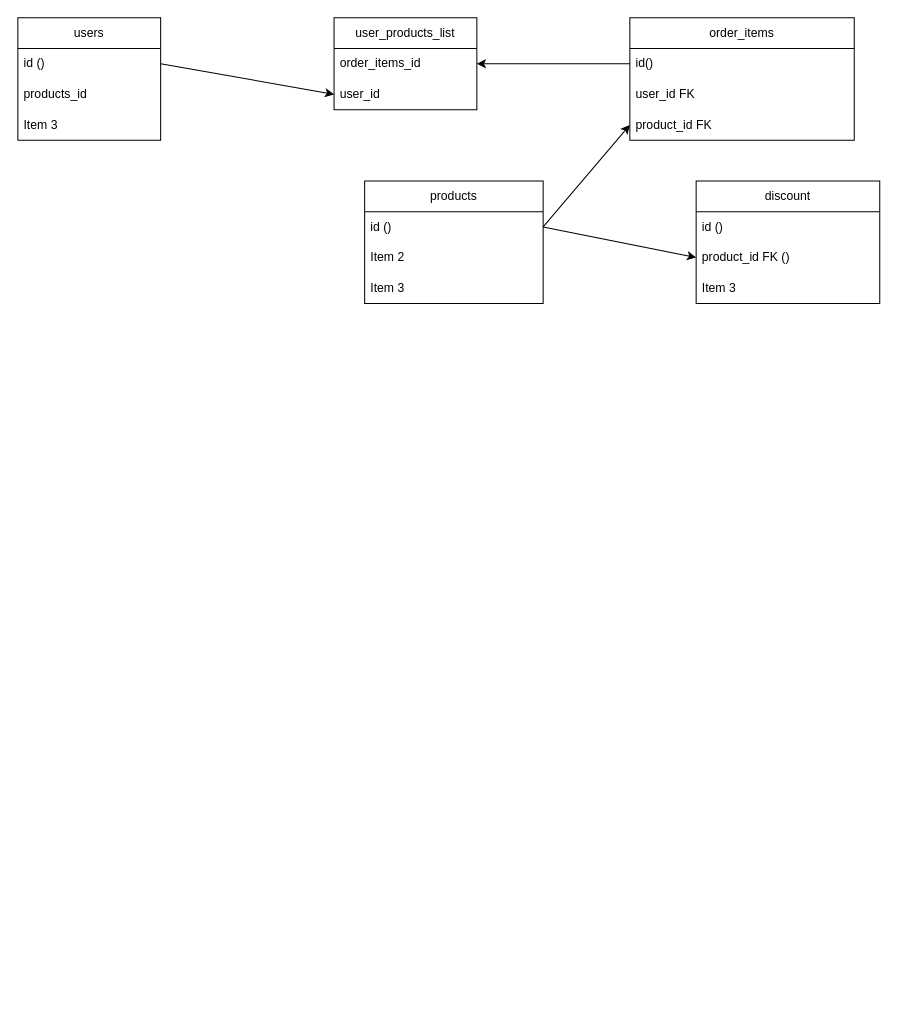
Above: DB_GRAPH.drawio in DamianoMura/backend (draw.io), before the change. Source tidied: cells renumbered, new cells numbered last; positions are measured from the earlier drawing's top-left corner, leaving out a move shared by most shapes. Both pictures are drawn from the tidied source at 102%, with x=0, y=0 at pixel (17, 17).
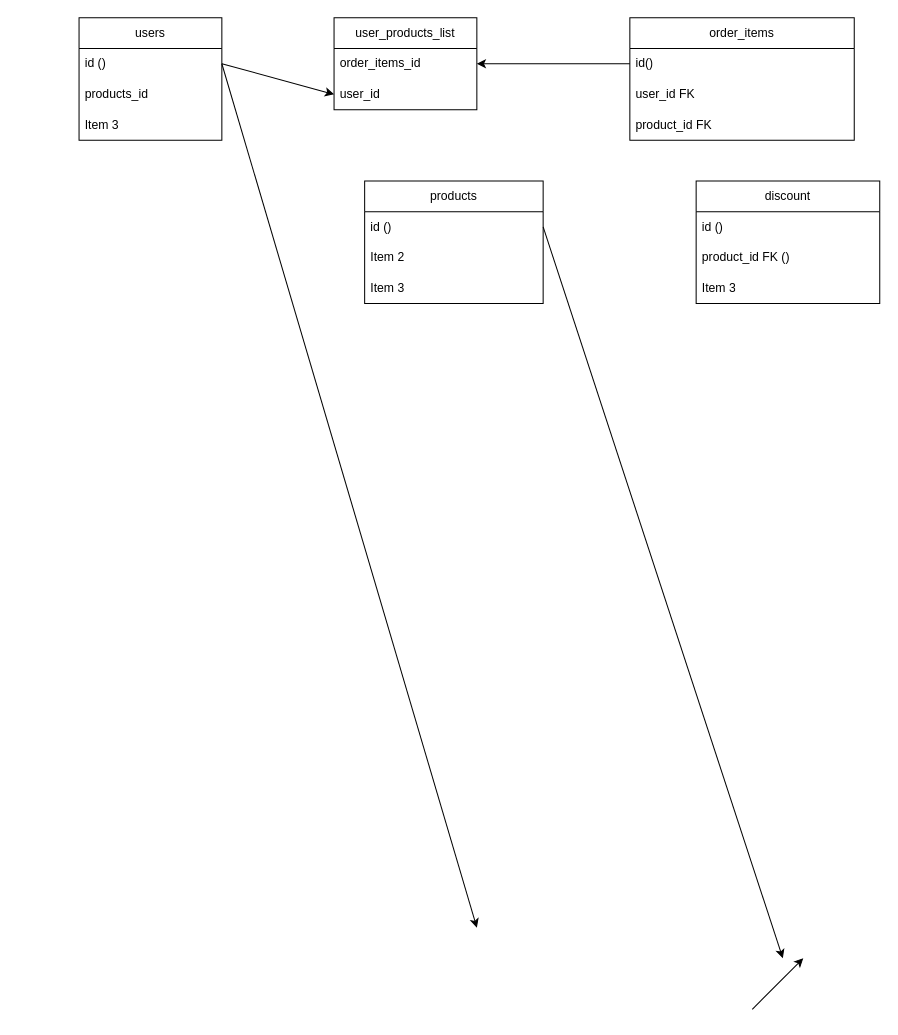
After the change.

Commit message:
[feat-upd] DB_GRAPH

Unchanged cells that the change refers to:
```xml
<mxCell id="3" value="id ()" style="text;strokeColor=none;fillColor=none;align=left;verticalAlign=middle;spacingLeft=4;spacingRight=4;overflow=hidden;points=[[0,0.5],[1,0.5]];portConstraint=eastwest;whiteSpace=wrap;html=1;" parent="2" vertex="1">
  <mxGeometry y="30" width="140" height="30" as="geometry" />
</mxCell>
<mxCell id="7" value="&lt;span style=&quot;color: rgb(0, 0, 0);&quot;&gt;id ()&lt;/span&gt;" style="text;strokeColor=none;fillColor=none;align=left;verticalAlign=middle;spacingLeft=4;spacingRight=4;overflow=hidden;points=[[0,0.5],[1,0.5]];portConstraint=eastwest;whiteSpace=wrap;html=1;" parent="6" vertex="1">
  <mxGeometry y="30" width="175" height="30" as="geometry" />
</mxCell>
<mxCell id="12" value="product_id FK&amp;nbsp;&lt;span style=&quot;color: rgb(0, 0, 0);&quot;&gt;()&lt;/span&gt;&amp;nbsp;" style="text;strokeColor=none;fillColor=none;align=left;verticalAlign=middle;spacingLeft=4;spacingRight=4;overflow=hidden;points=[[0,0.5],[1,0.5]];portConstraint=eastwest;whiteSpace=wrap;html=1;" parent="10" vertex="1">
  <mxGeometry y="60" width="180" height="30" as="geometry" />
</mxCell>
<mxCell id="17" value="&lt;span style=&quot;color: rgb(0, 0, 0); text-align: center;&quot;&gt;product_id FK&lt;/span&gt;" style="text;strokeColor=none;fillColor=none;align=left;verticalAlign=middle;spacingLeft=4;spacingRight=4;overflow=hidden;points=[[0,0.5],[1,0.5]];portConstraint=eastwest;whiteSpace=wrap;html=1;" parent="14" vertex="1">
  <mxGeometry y="90" width="220" height="30" as="geometry" />
</mxCell>
```

What changed in the source:
```diff
@@
     <mxCell id="2" value="users" style="swimlane;fontStyle=0;horizontal=1;startSize=30;whiteSpace=wrap;html=1;" parent="1" vertex="1">
-      <mxGeometry width="140" height="120" as="geometry" />
+      <mxGeometry x="60" width="140" height="120" as="geometry" />
     </mxCell>
@@
-    <mxCell id="22" style="edgeStyle=none;html=1;exitX=1;exitY=0.5;exitDx=0;exitDy=0;entryX=0;entryY=0.5;entryDx=0;entryDy=0;" parent="1" edge="1" source="7" target="17">
-      <mxGeometry relative="1" as="geometry" />
-    </mxCell>
-    <mxCell id="23" style="edgeStyle=none;html=1;exitX=1;exitY=0.5;exitDx=0;exitDy=0;entryX=0;entryY=0.5;entryDx=0;entryDy=0;" parent="1" edge="1" source="7" target="12">
-      <mxGeometry relative="1" as="geometry" />
-    </mxCell>
@@
+    <mxCell id="25" style="endArrow=classic;html=1;exitX=1;exitY=0.5;exitDx=0;exitDy=0;entryX=0;entryY=0.5;entryDx=0;entryDy=0;" parent="1" edge="1" source="3">
+      <mxGeometry relative="1" as="geometry">
+        <mxPoint x="450" y="892" as="targetPoint" />
+      </mxGeometry>
+    </mxCell>
+    <mxCell id="26" style="endArrow=classic;html=1;exitX=1;exitY=0.5;exitDx=0;exitDy=0;entryX=0;entryY=0.5;entryDx=0;entryDy=0;" parent="1" edge="1" source="7">
+      <mxGeometry relative="1" as="geometry">
+        <mxPoint x="750" y="922" as="targetPoint" />
+      </mxGeometry>
+    </mxCell>
+    <mxCell id="27" style="endArrow=classic;html=1;entryX=0;entryY=0.5;entryDx=0;entryDy=0;exitX=1;exitY=0.5;exitDx=0;exitDy=0;" parent="1" edge="1">
+      <mxGeometry relative="1" as="geometry">
+        <mxPoint x="720" y="972" as="sourcePoint" />
+        <mxPoint x="770" y="922" as="targetPoint" />
+      </mxGeometry>
+    </mxCell>
```
